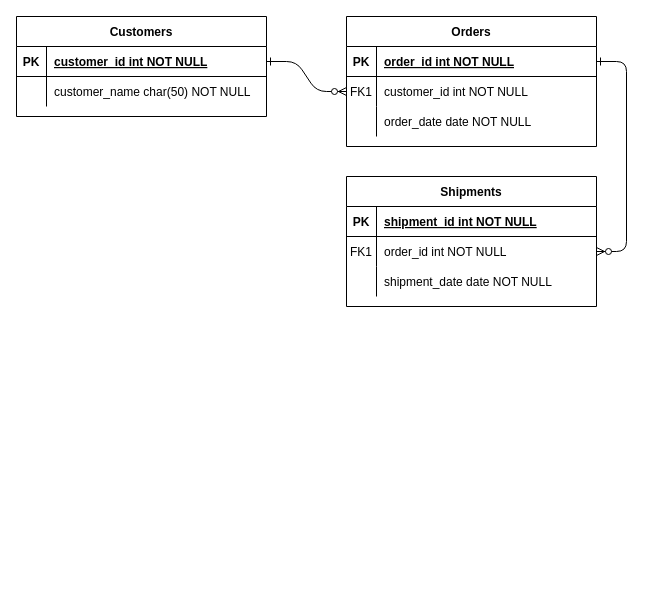
HyunjiiKim/simple-php-website keeps this draw.io diagram as Diagramme sans nom.drawio. Above is the earlier version. Source tidied: cells renumbered, new cells numbered last; positions are measured from the earlier drawing's top-left corner, leaving out a move shared by most shapes. Both pictures are drawn from the tidied source at 100%, with x=0, y=0 at pixel (16, 16).
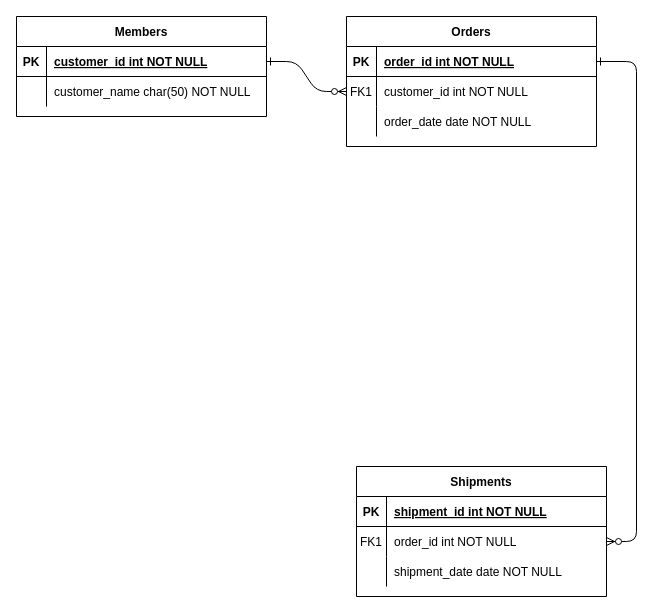
Above is the later version.

Diff of the diagram source:
```diff
@@
     <mxCell id="14" value="Shipments" style="shape=table;startSize=30;childLayout=tableLayout;rowLines=0;fontStyle=1;align=center;" parent="1" vertex="1">
-      <mxGeometry x="330" y="160" width="250" height="130" as="geometry" />
+      <mxGeometry x="340" y="450" width="250" height="130" as="geometry" />
     </mxCell>
@@
-    <mxCell id="24" value="Customers" style="shape=table;startSize=30;childLayout=tableLayout;rowLines=0;fontStyle=1;align=center;" parent="1" vertex="1">
+    <mxCell id="24" value="Members" style="shape=table;startSize=30;childLayout=tableLayout;rowLines=0;fontStyle=1;align=center;" parent="1" vertex="1">
       <mxGeometry width="250" height="100" as="geometry" />
     </mxCell>
```
